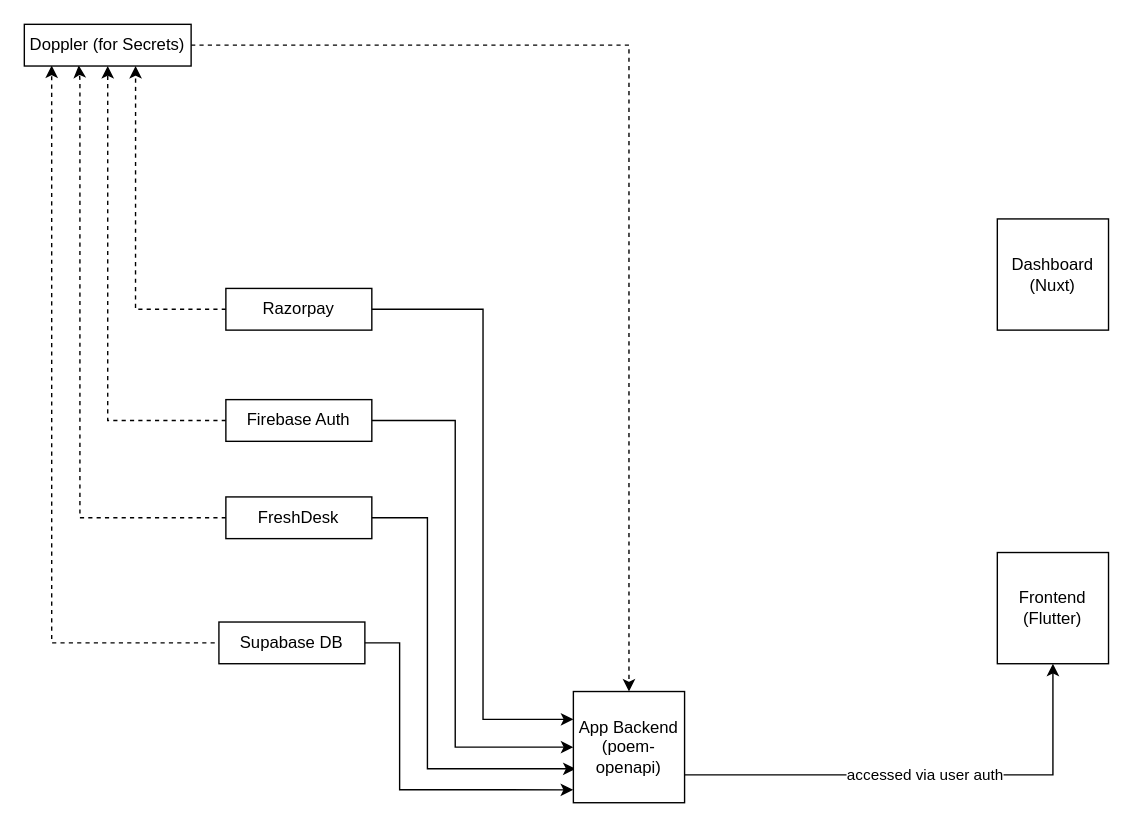
Before: hyphen-architecture.drawio in hyphen-club/tech-architecture-diagram, a draw.io diagram. Source tidied: cells renumbered, new cells numbered last; positions are measured from the earlier drawing's top-left corner, leaving out a move shared by most shapes. Both pictures are drawn from the tidied source at 139%, with x=0, y=0 at pixel (24, 24).
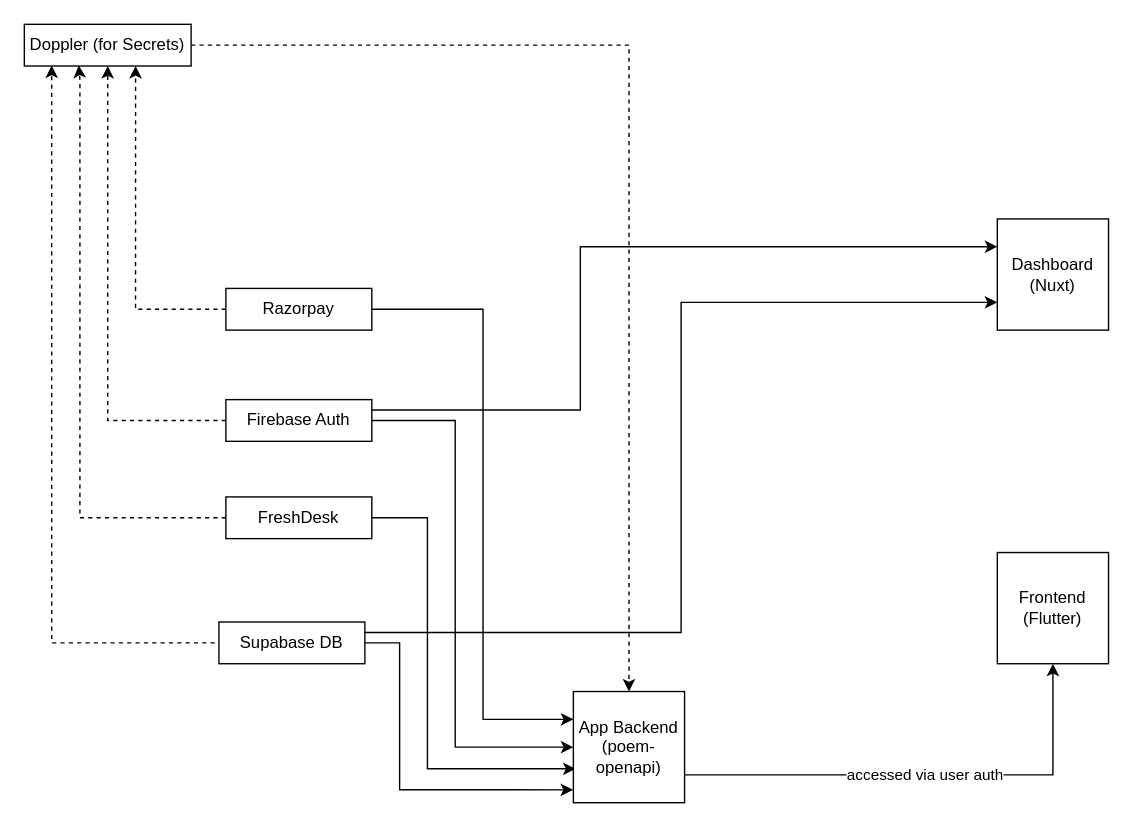
The same page after the edit.

The change refers to these unchanged cells:
```xml
<mxCell id="7" value="Firebase Auth" style="whiteSpace=wrap;html=1;imageAspect=0;" parent="1" vertex="1">
  <mxGeometry x="145" y="270" width="105" height="30" as="geometry" />
</mxCell>
<mxCell id="13" value="Supabase DB" style="whiteSpace=wrap;html=1;imageAspect=0;" parent="1" vertex="1">
  <mxGeometry x="140" y="430" width="105" height="30" as="geometry" />
</mxCell>
<mxCell id="19" value="&lt;div&gt;Dashboard&lt;/div&gt;&lt;div&gt;(Nuxt)&lt;br&gt;&lt;/div&gt;" style="whiteSpace=wrap;html=1;" parent="1" vertex="1">
  <mxGeometry x="700" y="140" width="80" height="80" as="geometry" />
</mxCell>
```

Change to the diagram source:
```diff
@@
+    <mxCell id="20" style="edgeStyle=orthogonalEdgeStyle;rounded=0;jettySize=auto;html=1;exitX=1;exitY=0.25;exitDx=0;exitDy=0;entryX=0;entryY=0.25;entryDx=0;entryDy=0;" parent="1" edge="1" source="7" target="19">
+      <mxGeometry relative="1" as="geometry">
+        <Array as="points">
+          <mxPoint x="400" y="277" />
+          <mxPoint x="400" y="160" />
+        </Array>
+      </mxGeometry>
+    </mxCell>
@@
+    <mxCell id="21" style="edgeStyle=orthogonalEdgeStyle;rounded=0;jettySize=auto;html=1;exitX=1;exitY=0.25;exitDx=0;exitDy=0;entryX=0;entryY=0.75;entryDx=0;entryDy=0;" parent="1" edge="1" source="13" target="19">
+      <mxGeometry relative="1" as="geometry" />
+    </mxCell>
```
